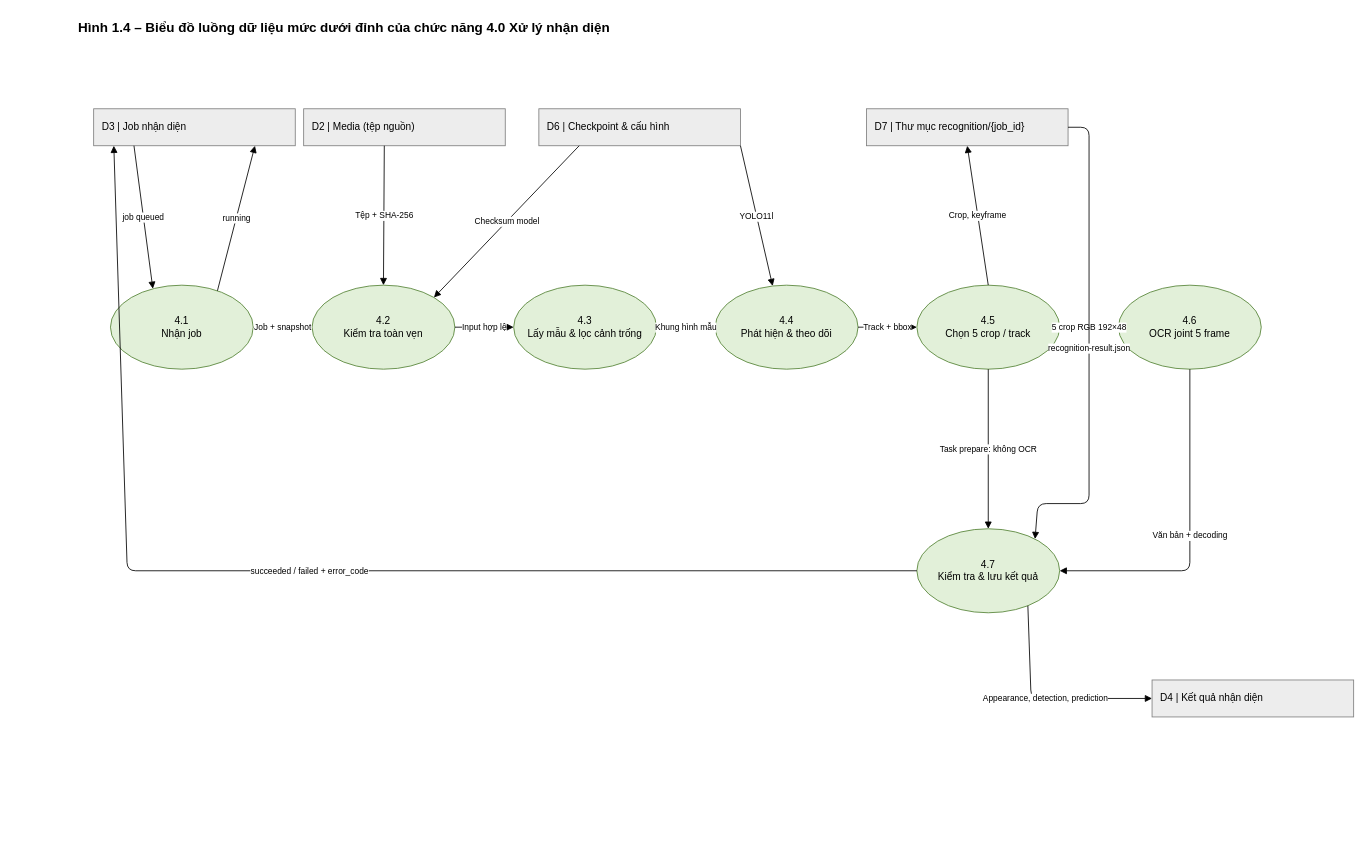
Oszumeiii/Vehicle_Tracking_BE keeps this draw.io diagram as page "1.4 DFD mức dưới đỉnh – 4.0" (4 of 44) of docs/uml/Vehicle_Tracking_UML.drawio. Above is the earlier version. Source tidied: cells renumbered, new cells numbered last; positions are measured from the earlier drawing's top-left corner, leaving out a move shared by most shapes. Both pictures are drawn from the tidied source at 84%, with x=0, y=0 at pixel (76, 14).
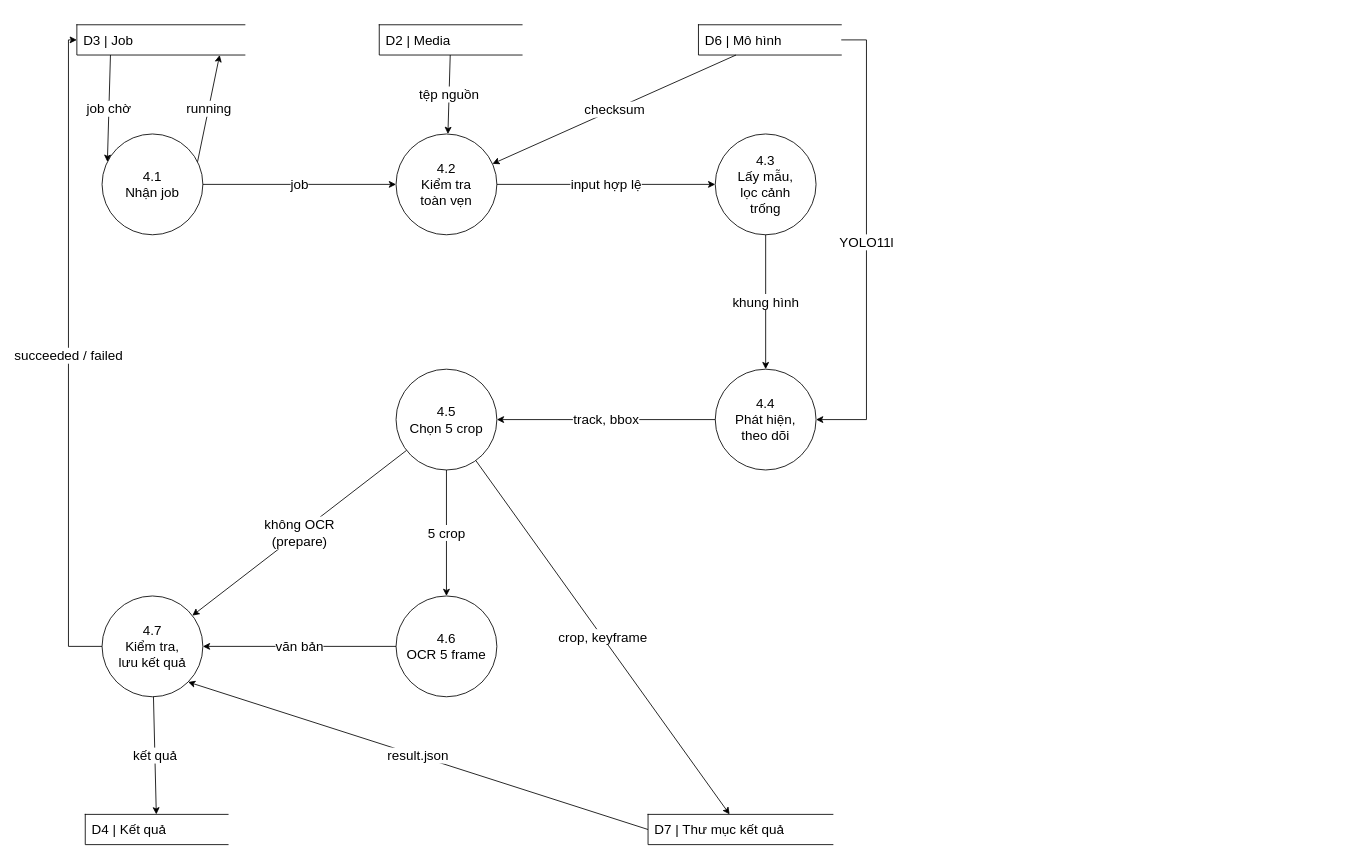
The same page after the edit.

What changed in the source:
```diff
@@
-    <mxCell id="2" value="Hình 1.4 – Biểu đồ luồng dữ liệu mức dưới đỉnh của chức năng 4.0 Xử lý nhận diện" style="fontFamily=Helvetica;fontSize=12;text;html=1;fontStyle=1;fontSize=16;align=left;verticalAlign=middle;strokeColor=none;fillColor=none;" parent="1" vertex="1">
-      <mxGeometry width="1200" height="30" as="geometry" />
-    </mxCell>
+    <mxCell id="31" value="D3 | Job" style="fontFamily=Helvetica;fontSize=16;shape=partialRectangle;whiteSpace=wrap;html=1;right=0;top=1;bottom=1;left=1;fillColor=none;align=left;spacingLeft=6;" parent="1" vertex="1">
+      <mxGeometry y="12" width="200" height="36" as="geometry" />
+    </mxCell>
+    <mxCell id="32" value="D2 | Media" style="fontFamily=Helvetica;fontSize=16;shape=partialRectangle;whiteSpace=wrap;html=1;right=0;top=1;bottom=1;left=1;fillColor=none;align=left;spacingLeft=6;" parent="1" vertex="1">
+      <mxGeometry x="360" y="12" width="170" height="36" as="geometry" />
+    </mxCell>
+    <mxCell id="33" value="D6 | Mô hình" style="fontFamily=Helvetica;fontSize=16;shape=partialRectangle;whiteSpace=wrap;html=1;right=0;top=1;bottom=1;left=1;fillColor=none;align=left;spacingLeft=6;" parent="1" vertex="1">
+      <mxGeometry x="740" y="12" width="170" height="36" as="geometry" />
+    </mxCell>
-    <mxCell id="3" value="4.1&lt;br&gt;Nhận job" style="fontFamily=Helvetica;fontSize=12;shape=ellipse;perimeter=ellipsePerimeter;whiteSpace=wrap;html=1;fillColor=#E2F0D9;strokeColor=#548235;" parent="1" vertex="1">
-      <mxGeometry x="40" y="322" width="170" height="100" as="geometry" />
+    <mxCell id="3" value="4.1&lt;br&gt;Nhận job" style="fontFamily=Helvetica;fontSize=16;ellipse;whiteSpace=wrap;html=1;" parent="1" vertex="1">
+      <mxGeometry x="30" y="142" width="120" height="120" as="geometry" />
     </mxCell>
-    <mxCell id="4" value="4.2&lt;br&gt;Kiểm tra toàn vẹn" style="fontFamily=Helvetica;fontSize=12;shape=ellipse;perimeter=ellipsePerimeter;whiteSpace=wrap;html=1;fillColor=#E2F0D9;strokeColor=#548235;" parent="1" vertex="1">
-      <mxGeometry x="280" y="322" width="170" height="100" as="geometry" />
+    <mxCell id="4" value="4.2&lt;br&gt;Kiểm tra&lt;br&gt;toàn vẹn" style="fontFamily=Helvetica;fontSize=16;ellipse;whiteSpace=wrap;html=1;" parent="1" vertex="1">
+      <mxGeometry x="380" y="142" width="120" height="120" as="geometry" />
     </mxCell>
-    <mxCell id="5" value="4.3&lt;br&gt;Lấy mẫu &amp; lọc cảnh trống" style="fontFamily=Helvetica;fontSize=12;shape=ellipse;perimeter=ellipsePerimeter;whiteSpace=wrap;html=1;fillColor=#E2F0D9;strokeColor=#548235;" parent="1" vertex="1">
-      <mxGeometry x="520" y="322" width="170" height="100" as="geometry" />
-    </mxCell>
-    <mxCell id="6" value="4.4&lt;br&gt;Phát hiện &amp; theo dõi" style="fontFamily=Helvetica;fontSize=12;shape=ellipse;perimeter=ellipsePerimeter;whiteSpace=wrap;html=1;fillColor=#E2F0D9;strokeColor=#548235;" parent="1" vertex="1">
-      <mxGeometry x="760" y="322" width="170" height="100" as="geometry" />
-    </mxCell>
-    <mxCell id="7" value="4.5&lt;br&gt;Chọn 5 crop / track" style="fontFamily=Helvetica;fontSize=12;shape=ellipse;perimeter=ellipsePerimeter;whiteSpace=wrap;html=1;fillColor=#E2F0D9;strokeColor=#548235;" parent="1" vertex="1">
-      <mxGeometry x="1000" y="322" width="170" height="100" as="geometry" />
-    </mxCell>
-    <mxCell id="8" value="4.6&lt;br&gt;OCR joint 5 frame" style="fontFamily=Helvetica;fontSize=12;shape=ellipse;perimeter=ellipsePerimeter;whiteSpace=wrap;html=1;fillColor=#E2F0D9;strokeColor=#548235;" parent="1" vertex="1">
-      <mxGeometry x="1240" y="322" width="170" height="100" as="geometry" />
-    </mxCell>
-    <mxCell id="9" value="4.7&lt;br&gt;Kiểm tra &amp; lưu kết quả" style="fontFamily=Helvetica;fontSize=12;shape=ellipse;perimeter=ellipsePerimeter;whiteSpace=wrap;html=1;fillColor=#E2F0D9;strokeColor=#548235;" parent="1" vertex="1">
-      <mxGeometry x="1000" y="612" width="170" height="100" as="geometry" />
-    </mxCell>
-    <mxCell id="10" value="D3 | Job nhận diện" style="fontFamily=Helvetica;fontSize=12;rounded=0;whiteSpace=wrap;html=1;fillColor=#EDEDED;strokeColor=#7F7F7F;align=left;spacingLeft=8;" parent="1" vertex="1">
-      <mxGeometry x="20" y="112" width="240" height="44" as="geometry" />
-    </mxCell>
-    <mxCell id="11" value="D2 | Media (tệp nguồn)" style="fontFamily=Helvetica;fontSize=12;rounded=0;whiteSpace=wrap;html=1;fillColor=#EDEDED;strokeColor=#7F7F7F;align=left;spacingLeft=8;" parent="1" vertex="1">
-      <mxGeometry x="270" y="112" width="240" height="44" as="geometry" />
-    </mxCell>
-    <mxCell id="12" value="D6 | Checkpoint &amp; cấu hình" style="fontFamily=Helvetica;fontSize=12;rounded=0;whiteSpace=wrap;html=1;fillColor=#EDEDED;strokeColor=#7F7F7F;align=left;spacingLeft=8;" parent="1" vertex="1">
-      <mxGeometry x="550" y="112" width="240" height="44" as="geometry" />
-    </mxCell>
-    <mxCell id="13" value="D7 | Thư mục recognition/{job_id}" style="fontFamily=Helvetica;fontSize=12;rounded=0;whiteSpace=wrap;html=1;fillColor=#EDEDED;strokeColor=#7F7F7F;align=left;spacingLeft=8;" parent="1" vertex="1">
-      <mxGeometry x="940" y="112" width="240" height="44" as="geometry" />
-    </mxCell>
-    <mxCell id="14" value="D4 | Kết quả nhận diện" style="fontFamily=Helvetica;fontSize=12;rounded=0;whiteSpace=wrap;html=1;fillColor=#EDEDED;strokeColor=#7F7F7F;align=left;spacingLeft=8;" parent="1" vertex="1">
-      <mxGeometry x="1280" y="792" width="240" height="44" as="geometry" />
-    </mxCell>
-    <mxCell id="15" value="job queued" style="fontFamily=Helvetica;fontSize=12;endArrow=block;endFill=1;html=1;rounded=1;fontSize=10;labelBackgroundColor=#FFFFFF;exitX=0.2;exitY=1;entryX=0.3;entryY=0.05;" parent="1" edge="1" source="10" target="3">
-      <mxGeometry relative="1" as="geometry" />
-    </mxCell>
+    <mxCell id="34" value="4.3&lt;br&gt;Lấy mẫu,&lt;br&gt;lọc cảnh&lt;br&gt;trống" style="fontFamily=Helvetica;fontSize=16;ellipse;whiteSpace=wrap;html=1;" parent="1" vertex="1">
+      <mxGeometry x="760" y="142" width="120" height="120" as="geometry" />
+    </mxCell>
+    <mxCell id="35" value="4.4&lt;br&gt;Phát hiện,&lt;br&gt;theo dõi" style="fontFamily=Helvetica;fontSize=16;ellipse;whiteSpace=wrap;html=1;" parent="1" vertex="1">
+      <mxGeometry x="760" y="422" width="120" height="120" as="geometry" />
+    </mxCell>
+    <mxCell id="36" value="4.5&lt;br&gt;Chọn 5 crop" style="fontFamily=Helvetica;fontSize=16;ellipse;whiteSpace=wrap;html=1;" parent="1" vertex="1">
+      <mxGeometry x="380" y="422" width="120" height="120" as="geometry" />
+    </mxCell>
+    <mxCell id="37" value="4.6&lt;br&gt;OCR 5 frame" style="fontFamily=Helvetica;fontSize=16;ellipse;whiteSpace=wrap;html=1;" parent="1" vertex="1">
+      <mxGeometry x="380" y="692" width="120" height="120" as="geometry" />
+    </mxCell>
+    <mxCell id="38" value="4.7&lt;br&gt;Kiểm tra,&lt;br&gt;lưu kết quả" style="fontFamily=Helvetica;fontSize=16;ellipse;whiteSpace=wrap;html=1;" parent="1" vertex="1">
+      <mxGeometry x="30" y="692" width="120" height="120" as="geometry" />
+    </mxCell>
+    <mxCell id="39" value="D7 | Thư mục kết quả" style="fontFamily=Helvetica;fontSize=16;shape=partialRectangle;whiteSpace=wrap;html=1;right=0;top=1;bottom=1;left=1;fillColor=none;align=left;spacingLeft=6;" parent="1" vertex="1">
+      <mxGeometry x="680" y="952" width="220" height="36" as="geometry" />
+    </mxCell>
+    <mxCell id="40" value="D4 | Kết quả" style="fontFamily=Helvetica;fontSize=16;shape=partialRectangle;whiteSpace=wrap;html=1;right=0;top=1;bottom=1;left=1;fillColor=none;align=left;spacingLeft=6;" parent="1" vertex="1">
+      <mxGeometry x="10" y="952" width="170" height="36" as="geometry" />
+    </mxCell>
+    <mxCell id="41" value="job chờ" style="fontFamily=Helvetica;fontSize=16;endArrow=classic;html=1;rounded=0;exitX=0.2;exitY=1;entryX=0.1;entryY=0.3;" parent="1" edge="1" source="31" target="3">
+      <mxGeometry relative="1" as="geometry" />
+    </mxCell>
-    <mxCell id="16" value="running" style="fontFamily=Helvetica;fontSize=12;endArrow=block;endFill=1;html=1;rounded=1;fontSize=10;labelBackgroundColor=#FFFFFF;exitX=0.75;exitY=0.07;entryX=0.8;entryY=1;" parent="1" edge="1" source="3" target="10">
+    <mxCell id="16" value="running" style="fontFamily=Helvetica;fontSize=16;endArrow=classic;html=1;rounded=0;exitX=0.9;exitY=0.3;entryX=0.85;entryY=1;" parent="1" edge="1" source="3" target="31">
       <mxGeometry relative="1" as="geometry" />
     </mxCell>
-    <mxCell id="17" value="Job + snapshot" style="fontFamily=Helvetica;fontSize=12;endArrow=block;endFill=1;html=1;rounded=1;fontSize=10;labelBackgroundColor=#FFFFFF;" parent="1" edge="1" source="3" target="4">
+    <mxCell id="17" value="job" style="fontFamily=Helvetica;fontSize=16;endArrow=classic;html=1;rounded=0;" parent="1" edge="1" source="3" target="4">
       <mxGeometry relative="1" as="geometry" />
     </mxCell>
-    <mxCell id="18" value="Tệp + SHA-256" style="fontFamily=Helvetica;fontSize=12;endArrow=block;endFill=1;html=1;rounded=1;fontSize=10;labelBackgroundColor=#FFFFFF;exitX=0.4;exitY=1;entryX=0.5;entryY=0;" parent="1" edge="1" source="11" target="4">
-      <mxGeometry relative="1" as="geometry" />
-    </mxCell>
-    <mxCell id="19" value="Checksum model" style="fontFamily=Helvetica;fontSize=12;endArrow=block;endFill=1;html=1;rounded=1;fontSize=10;labelBackgroundColor=#FFFFFF;exitX=0.2;exitY=1;entryX=0.9;entryY=0.1;" parent="1" edge="1" source="12" target="4">
-      <mxGeometry relative="1" as="geometry" />
-    </mxCell>
-    <mxCell id="20" value="Input hợp lệ" style="fontFamily=Helvetica;fontSize=12;endArrow=block;endFill=1;html=1;rounded=1;fontSize=10;labelBackgroundColor=#FFFFFF;" parent="1" edge="1" source="4" target="5">
-      <mxGeometry relative="1" as="geometry" />
-    </mxCell>
-    <mxCell id="21" value="Khung hình mẫu" style="fontFamily=Helvetica;fontSize=12;endArrow=block;endFill=1;html=1;rounded=1;fontSize=10;labelBackgroundColor=#FFFFFF;" parent="1" edge="1" source="5" target="6">
-      <mxGeometry relative="1" as="geometry" />
-    </mxCell>
+    <mxCell id="42" value="tệp nguồn" style="fontFamily=Helvetica;fontSize=16;endArrow=classic;html=1;rounded=0;" parent="1" edge="1" source="32" target="4">
+      <mxGeometry relative="1" as="geometry" />
+    </mxCell>
+    <mxCell id="43" value="checksum" style="fontFamily=Helvetica;fontSize=16;endArrow=classic;html=1;rounded=0;" parent="1" edge="1" source="33" target="4">
+      <mxGeometry relative="1" as="geometry" />
+    </mxCell>
+    <mxCell id="44" value="input hợp lệ" style="fontFamily=Helvetica;fontSize=16;endArrow=classic;html=1;rounded=0;" parent="1" edge="1" source="4" target="34">
+      <mxGeometry relative="1" as="geometry" />
+    </mxCell>
-    <mxCell id="22" value="YOLO11l" style="fontFamily=Helvetica;fontSize=12;endArrow=block;endFill=1;html=1;rounded=1;fontSize=10;labelBackgroundColor=#FFFFFF;exitX=1;exitY=1;entryX=0.4;entryY=0;" parent="1" edge="1" source="12" target="6">
-      <mxGeometry relative="1" as="geometry" />
+    <mxCell id="22" value="YOLO11l" style="fontFamily=Helvetica;fontSize=16;endArrow=classic;html=1;rounded=0;exitX=1;exitY=0.5;entryX=1;entryY=0.5;edgeStyle=orthogonalEdgeStyle;" parent="1" edge="1" source="33" target="35">
+      <mxGeometry relative="1" as="geometry">
+        <Array as="points">
+          <mxPoint x="940" y="30" />
+          <mxPoint x="940" y="482" />
+        </Array>
+      </mxGeometry>
     </mxCell>
-    <mxCell id="23" value="Track + bbox" style="fontFamily=Helvetica;fontSize=12;endArrow=block;endFill=1;html=1;rounded=1;fontSize=10;labelBackgroundColor=#FFFFFF;" parent="1" edge="1" source="6" target="7">
-      <mxGeometry relative="1" as="geometry" />
-    </mxCell>
-    <mxCell id="24" value="5 crop RGB 192×48" style="fontFamily=Helvetica;fontSize=12;endArrow=block;endFill=1;html=1;rounded=1;fontSize=10;labelBackgroundColor=#FFFFFF;" parent="1" edge="1" source="7" target="8">
-      <mxGeometry relative="1" as="geometry" />
-    </mxCell>
-    <mxCell id="25" value="Crop, keyframe" style="fontFamily=Helvetica;fontSize=12;endArrow=block;endFill=1;html=1;rounded=1;fontSize=10;labelBackgroundColor=#FFFFFF;exitX=0.5;exitY=0;entryX=0.5;entryY=1;" parent="1" edge="1" source="7" target="13">
-      <mxGeometry relative="1" as="geometry" />
-    </mxCell>
-    <mxCell id="26" value="Văn bản + decoding" style="fontFamily=Helvetica;fontSize=12;endArrow=block;endFill=1;html=1;rounded=1;fontSize=10;labelBackgroundColor=#FFFFFF;exitX=0.5;exitY=1;entryX=1;entryY=0.5;" parent="1" edge="1" source="8" target="9">
-      <mxGeometry relative="1" as="geometry">
-        <Array as="points">
-          <mxPoint x="1325" y="662" />
-        </Array>
-      </mxGeometry>
-    </mxCell>
-    <mxCell id="27" value="Task prepare: không OCR" style="fontFamily=Helvetica;fontSize=12;endArrow=block;endFill=1;html=1;rounded=1;fontSize=10;labelBackgroundColor=#FFFFFF;exitX=0.5;exitY=1;entryX=0.5;entryY=0;" parent="1" edge="1" source="7" target="9">
-      <mxGeometry relative="1" as="geometry" />
-    </mxCell>
-    <mxCell id="28" value="Appearance, detection, prediction" style="fontFamily=Helvetica;fontSize=12;endArrow=block;endFill=1;html=1;rounded=1;fontSize=10;labelBackgroundColor=#FFFFFF;exitX=0.8;exitY=0.95;entryX=0;entryY=0.5;" parent="1" edge="1" source="9" target="14">
-      <mxGeometry relative="1" as="geometry">
-        <Array as="points">
-          <mxPoint x="1136" y="814" />
-        </Array>
-      </mxGeometry>
-    </mxCell>
-    <mxCell id="29" value="succeeded / failed + error_code" style="fontFamily=Helvetica;fontSize=12;endArrow=block;endFill=1;html=1;rounded=1;fontSize=10;labelBackgroundColor=#FFFFFF;exitX=0;exitY=0.5;entryX=0.1;entryY=1;" parent="1" edge="1" source="9" target="10">
-      <mxGeometry relative="1" as="geometry">
-        <Array as="points">
-          <mxPoint x="60" y="662" />
-        </Array>
-      </mxGeometry>
-    </mxCell>
-    <mxCell id="30" value="recognition-result.json" style="fontFamily=Helvetica;fontSize=12;endArrow=block;endFill=1;html=1;rounded=1;fontSize=10;labelBackgroundColor=#FFFFFF;exitX=1;exitY=0.5;entryX=0.85;entryY=0.1;" parent="1" edge="1" source="13" target="9">
-      <mxGeometry relative="1" as="geometry">
-        <Array as="points">
-          <mxPoint x="1205" y="134" />
-          <mxPoint x="1205" y="582" />
-          <mxPoint x="1144" y="582" />
-        </Array>
-      </mxGeometry>
-    </mxCell>
+    <mxCell id="45" value="khung hình" style="fontFamily=Helvetica;fontSize=16;endArrow=classic;html=1;rounded=0;" parent="1" edge="1" source="34" target="35">
+      <mxGeometry relative="1" as="geometry" />
+    </mxCell>
+    <mxCell id="46" value="track, bbox" style="fontFamily=Helvetica;fontSize=16;endArrow=classic;html=1;rounded=0;" parent="1" edge="1" source="35" target="36">
+      <mxGeometry relative="1" as="geometry" />
+    </mxCell>
+    <mxCell id="47" value="5 crop" style="fontFamily=Helvetica;fontSize=16;endArrow=classic;html=1;rounded=0;" parent="1" edge="1" source="36" target="37">
+      <mxGeometry relative="1" as="geometry" />
+    </mxCell>
+    <mxCell id="48" value="crop, keyframe" style="fontFamily=Helvetica;fontSize=16;endArrow=classic;html=1;rounded=0;" parent="1" edge="1" source="36" target="39">
+      <mxGeometry relative="1" as="geometry" />
+    </mxCell>
+    <mxCell id="49" value="không OCR&lt;br&gt;(prepare)" style="fontFamily=Helvetica;fontSize=16;endArrow=classic;html=1;rounded=0;" parent="1" edge="1" source="36" target="38">
+      <mxGeometry relative="1" as="geometry" />
+    </mxCell>
+    <mxCell id="50" value="văn bản" style="fontFamily=Helvetica;fontSize=16;endArrow=classic;html=1;rounded=0;" parent="1" edge="1" source="37" target="38">
+      <mxGeometry relative="1" as="geometry" />
+    </mxCell>
+    <mxCell id="51" value="result.json" style="fontFamily=Helvetica;fontSize=16;endArrow=classic;html=1;rounded=0;exitX=0;exitY=0.5;entryX=1;entryY=1;" parent="1" edge="1" source="39" target="38">
+      <mxGeometry relative="1" as="geometry" />
+    </mxCell>
+    <mxCell id="52" value="kết quả" style="fontFamily=Helvetica;fontSize=16;endArrow=classic;html=1;rounded=0;" parent="1" edge="1" source="38" target="40">
+      <mxGeometry relative="1" as="geometry" />
+    </mxCell>
+    <mxCell id="53" value="succeeded / failed" style="fontFamily=Helvetica;fontSize=16;endArrow=classic;html=1;rounded=0;exitX=0;exitY=0.5;entryX=0;entryY=0.5;edgeStyle=orthogonalEdgeStyle;" parent="1" edge="1" source="38" target="31">
+      <mxGeometry relative="1" as="geometry">
+        <Array as="points">
+          <mxPoint x="-10" y="752" />
+          <mxPoint x="-10" y="30" />
+        </Array>
+      </mxGeometry>
+    </mxCell>
```
